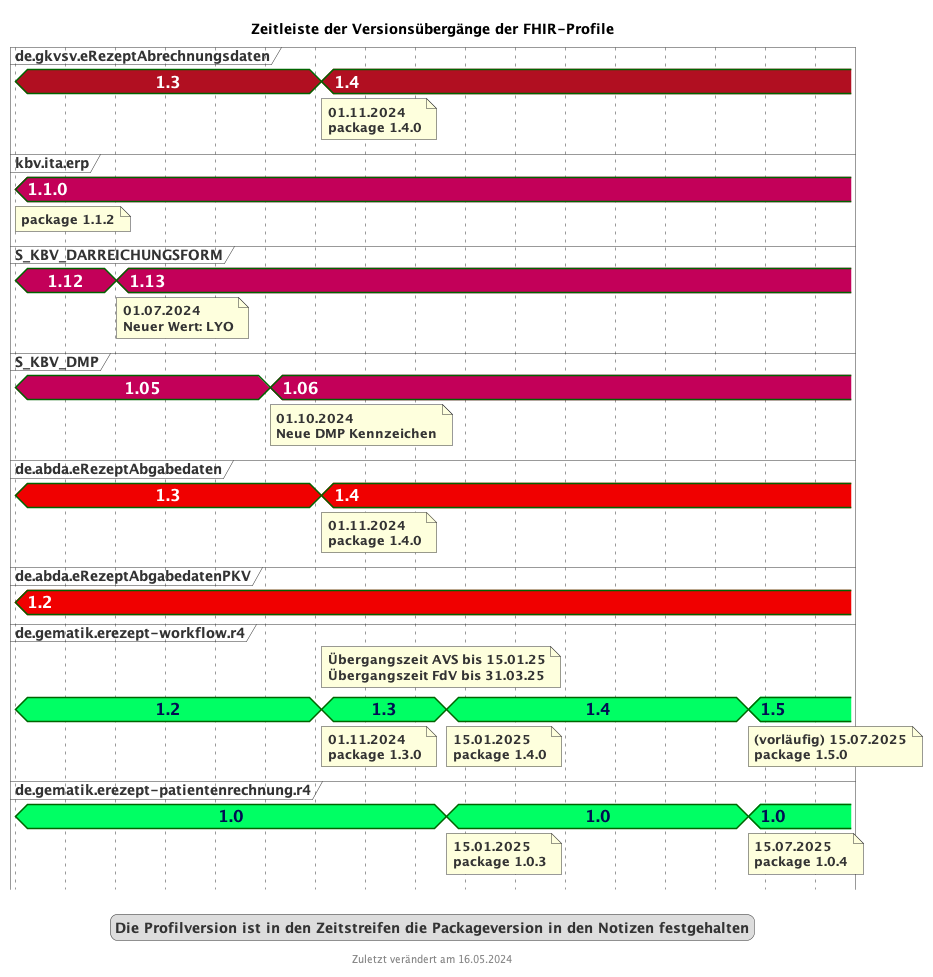
Above: images/puml_fhir_version_timeline.png in gematik/api-erp (PlantUML), before the change.
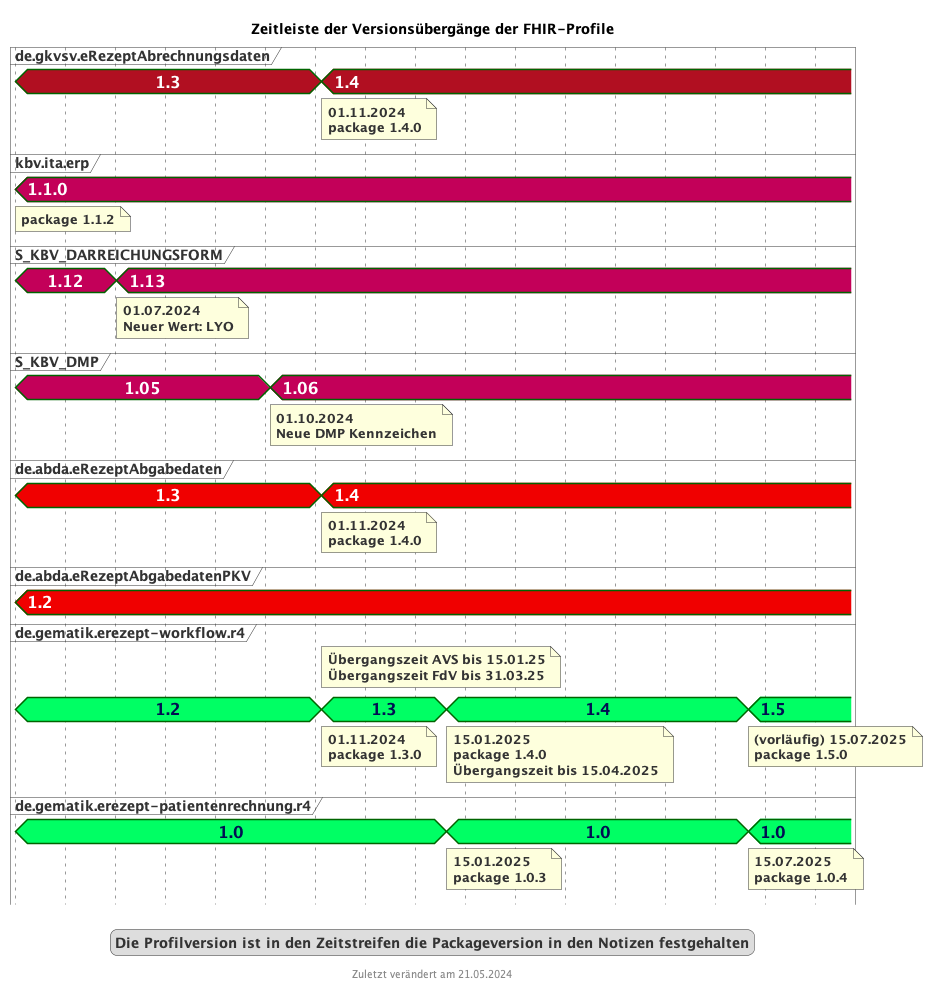
After the change.

Commit message:
Update fhirversion puml to show übergangszeit

The edit, as a diff of the source:
```diff
@@ -28,7 +28,7 @@
 }
 </style>
 title Zeitleiste der Versionsübergänge der FHIR-Profile
-footer Zuletzt verändert am 16.05.2024
+footer Zuletzt verändert am 21.05.2024
 
 
 concise "de.gkvsv.eRezeptAbrechnungsdaten" as GKV <<gkvcolor>>
@@ -74,7 +74,7 @@
 
 @2025/01/15
 gematik is 1.4
-note bottom of gematik : 15.01.2025\npackage 1.4.0
+note bottom of gematik : 15.01.2025\npackage 1.4.0\nÜbergangszeit bis 15.04.2025
 gematikpkv is 1.0
 note bottom of gematikpkv : 15.01.2025\npackage 1.0.3
 
```
